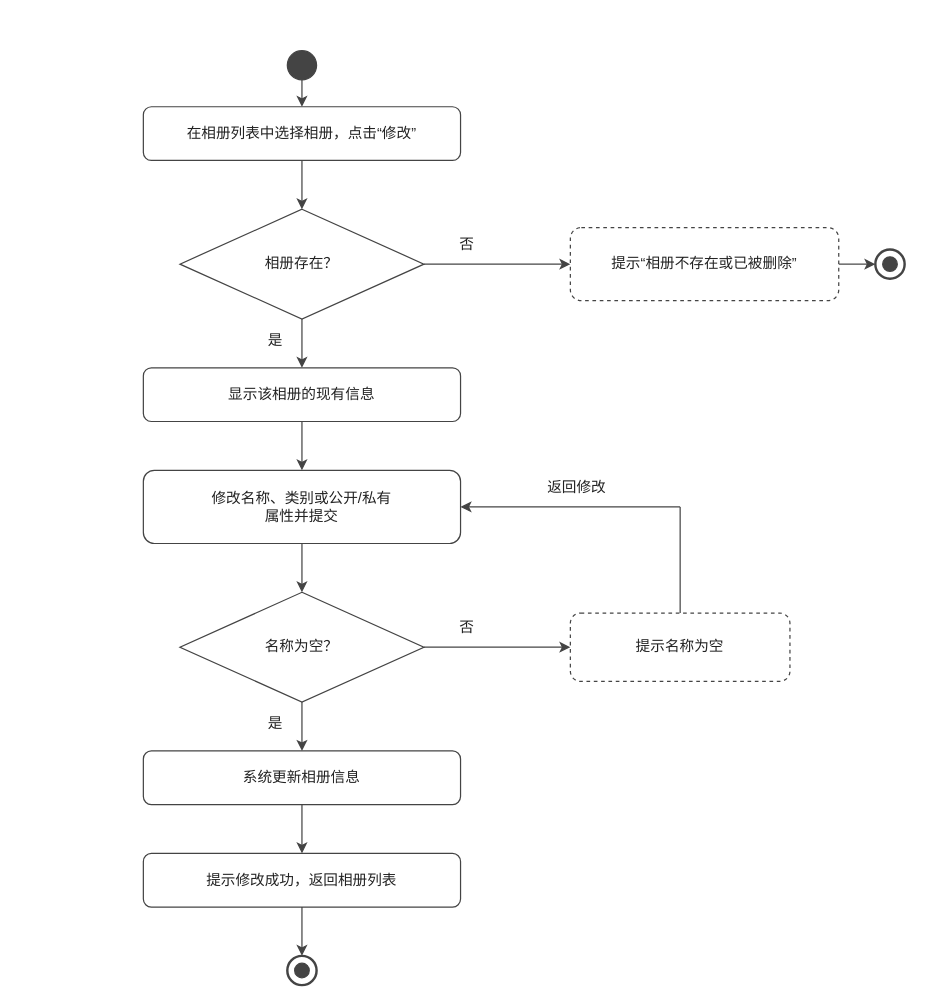
chennuo1101/electronic-photo-album-system1 keeps this draw.io diagram as docs/交付/2-相册管理-刘硕/images/修改相册_活动图.drawio. Above is the earlier version. Source tidied: cells renumbered, new cells numbered last; positions are measured from the earlier drawing's top-left corner, leaving out a move shared by most shapes. Both pictures are drawn from the tidied source at 122%, with x=0, y=0 at pixel (143, 50).
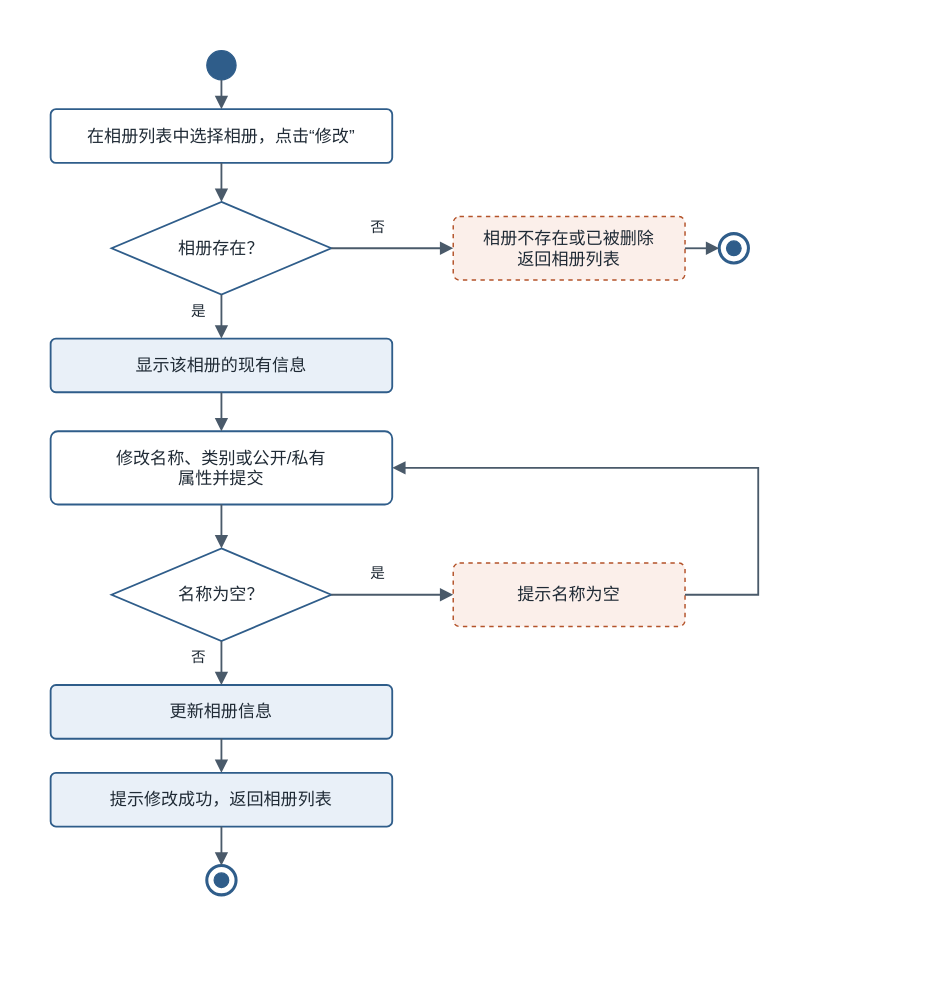
Above is the later version.

Diff of the diagram source:
```diff
@@
+    <mxCell id="34" style="rounded=0;whiteSpace=wrap;html=1;fillColor=#FFFFFF;strokeColor=none;" parent="1" vertex="1">
+      <mxGeometry x="-100" y="-24" width="636" height="740" as="geometry" />
+    </mxCell>
-    <mxCell id="2" style="ellipse;html=1;fillColor=#444444;strokeColor=#444444;" parent="1" vertex="1">
-      <mxGeometry x="118" width="24" height="24" as="geometry" />
+    <mxCell id="2" style="ellipse;html=1;fillColor=#2F5D8A;strokeColor=#2F5D8A;" parent="1" vertex="1">
+      <mxGeometry x="52" width="24" height="24" as="geometry" />
     </mxCell>
-    <mxCell id="3" value="在相册列表中选择相册，点击“修改”" style="rounded=1;whiteSpace=wrap;html=1;fillColor=#FFFFFF;strokeColor=#444444;fontFamily=Microsoft YaHei;fontSize=12;fontColor=#222222;" parent="1" vertex="1">
-      <mxGeometry y="46" width="260" height="44" as="geometry" />
+    <mxCell id="3" value="在相册列表中选择相册，点击“修改”" style="rounded=1;arcSize=10;whiteSpace=wrap;html=1;fillColor=#FFFFFF;strokeColor=#2F5D8A;strokeWidth=1.5;fontFamily=Microsoft YaHei;fontSize=14;fontColor=#1F2A35;" parent="1" vertex="1">
+      <mxGeometry x="-76" y="48" width="280" height="44" as="geometry" />
     </mxCell>
-    <mxCell id="4" value="相册存在？" style="rhombus;whiteSpace=wrap;html=1;fillColor=#FFFFFF;strokeColor=#444444;fontFamily=Microsoft YaHei;fontSize=12;fontColor=#222222;" parent="1" vertex="1">
-      <mxGeometry x="30" y="130" width="200" height="90" as="geometry" />
+    <mxCell id="4" value="相册存在？" style="rhombus;whiteSpace=wrap;html=1;fillColor=#FFFFFF;strokeColor=#2F5D8A;strokeWidth=1.5;fontFamily=Microsoft YaHei;fontSize=14;fontColor=#1F2A35;" parent="1" vertex="1">
+      <mxGeometry x="-26" y="124" width="180" height="76" as="geometry" />
     </mxCell>
-    <mxCell id="5" value="提示“相册不存在或已被删除”" style="rounded=1;whiteSpace=wrap;html=1;fillColor=none;strokeColor=#444444;dashed=1;fontFamily=Microsoft YaHei;fontSize=12;fontColor=#222222;" parent="1" vertex="1">
-      <mxGeometry x="350" y="145" width="220" height="60" as="geometry" />
-    </mxCell>
-    <mxCell id="6" style="ellipse;html=1;fillColor=#FFFFFF;strokeColor=#444444;strokeWidth=2;" parent="1" vertex="1">
-      <mxGeometry x="600" y="163" width="24" height="24" as="geometry" />
-    </mxCell>
-    <mxCell id="7" style="ellipse;html=1;fillColor=#444444;strokeColor=#444444;" parent="1" vertex="1">
-      <mxGeometry x="606" y="169" width="12" height="12" as="geometry" />
-    </mxCell>
+    <mxCell id="35" value="相册不存在或已被删除&#10;返回相册列表" style="rounded=1;arcSize=10;whiteSpace=wrap;html=1;fillColor=#FBEFEA;strokeColor=#B4532A;strokeWidth=1.2;dashed=1;fontFamily=Microsoft YaHei;fontSize=14;fontColor=#1F2A35;" parent="1" vertex="1">
+      <mxGeometry x="254" y="136" width="190" height="52" as="geometry" />
+    </mxCell>
+    <mxCell id="36" style="html=1;rounded=0;strokeColor=#4A5A6A;strokeWidth=1.5;startArrow=none;endArrow=block;endFill=1;endSize=7;jumpStyle=arc;jumpSize=6;" parent="1" edge="1">
+      <mxGeometry relative="1" as="geometry">
+        <mxPoint x="154" y="162" as="sourcePoint" />
+        <mxPoint x="254" y="162" as="targetPoint" />
+      </mxGeometry>
+    </mxCell>
+    <mxCell id="37" value="否" style="text;html=1;align=center;verticalAlign=middle;fillColor=#FFFFFF;strokeColor=none;fontFamily=Microsoft YaHei;fontSize=12;fontColor=#1F2A35;" parent="1" vertex="1">
+      <mxGeometry x="180" y="136" width="24" height="18" as="geometry" />
+    </mxCell>
+    <mxCell id="38" style="ellipse;html=1;fillColor=#FFFFFF;strokeColor=#2F5D8A;strokeWidth=2.5;" parent="1" vertex="1">
+      <mxGeometry x="472" y="150" width="24" height="24" as="geometry" />
+    </mxCell>
+    <mxCell id="39" style="ellipse;html=1;fillColor=#2F5D8A;strokeColor=#2F5D8A;" parent="1" vertex="1">
+      <mxGeometry x="478" y="156" width="12" height="12" as="geometry" />
+    </mxCell>
+    <mxCell id="40" style="html=1;rounded=0;strokeColor=#4A5A6A;strokeWidth=1.5;startArrow=none;endArrow=block;endFill=1;endSize=7;jumpStyle=arc;jumpSize=6;" parent="1" edge="1">
+      <mxGeometry relative="1" as="geometry">
+        <mxPoint x="444" y="162" as="sourcePoint" />
+        <mxPoint x="472" y="162" as="targetPoint" />
+      </mxGeometry>
+    </mxCell>
-    <mxCell id="8" value="显示该相册的现有信息" style="rounded=1;whiteSpace=wrap;html=1;fillColor=#FFFFFF;strokeColor=#444444;fontFamily=Microsoft YaHei;fontSize=12;fontColor=#222222;" parent="1" vertex="1">
-      <mxGeometry y="260" width="260" height="44" as="geometry" />
+    <mxCell id="8" value="显示该相册的现有信息" style="rounded=1;arcSize=10;whiteSpace=wrap;html=1;fillColor=#E9F0F8;strokeColor=#2F5D8A;strokeWidth=1.5;fontFamily=Microsoft YaHei;fontSize=14;fontColor=#1F2A35;" parent="1" vertex="1">
+      <mxGeometry x="-76" y="236" width="280" height="44" as="geometry" />
     </mxCell>
-    <mxCell id="9" value="修改名称、类别或公开/私有&#10;属性并提交" style="rounded=1;whiteSpace=wrap;html=1;fillColor=#FFFFFF;strokeColor=#444444;fontFamily=Microsoft YaHei;fontSize=12;fontColor=#222222;" parent="1" vertex="1">
-      <mxGeometry y="344" width="260" height="60" as="geometry" />
+    <mxCell id="9" value="修改名称、类别或公开/私有&#10;属性并提交" style="rounded=1;arcSize=10;whiteSpace=wrap;html=1;fillColor=#FFFFFF;strokeColor=#2F5D8A;strokeWidth=1.5;fontFamily=Microsoft YaHei;fontSize=14;fontColor=#1F2A35;" parent="1" vertex="1">
+      <mxGeometry x="-76" y="312" width="280" height="60" as="geometry" />
     </mxCell>
-    <mxCell id="10" value="名称为空？" style="rhombus;whiteSpace=wrap;html=1;fillColor=#FFFFFF;strokeColor=#444444;fontFamily=Microsoft YaHei;fontSize=12;fontColor=#222222;" parent="1" vertex="1">
-      <mxGeometry x="30" y="444" width="200" height="90" as="geometry" />
+    <mxCell id="10" value="名称为空？" style="rhombus;whiteSpace=wrap;html=1;fillColor=#FFFFFF;strokeColor=#2F5D8A;strokeWidth=1.5;fontFamily=Microsoft YaHei;fontSize=14;fontColor=#1F2A35;" parent="1" vertex="1">
+      <mxGeometry x="-26" y="408" width="180" height="76" as="geometry" />
     </mxCell>
-    <mxCell id="11" value="提示名称为空" style="rounded=1;whiteSpace=wrap;html=1;fillColor=none;strokeColor=#444444;dashed=1;fontFamily=Microsoft YaHei;fontSize=12;fontColor=#222222;" parent="1" vertex="1">
-      <mxGeometry x="350" y="461" width="180" height="56" as="geometry" />
-    </mxCell>
-    <mxCell id="12" value="系统更新相册信息" style="rounded=1;whiteSpace=wrap;html=1;fillColor=#FFFFFF;strokeColor=#444444;fontFamily=Microsoft YaHei;fontSize=12;fontColor=#222222;" parent="1" vertex="1">
-      <mxGeometry y="574" width="260" height="44" as="geometry" />
+    <mxCell id="12" value="更新相册信息" style="rounded=1;arcSize=10;whiteSpace=wrap;html=1;fillColor=#E9F0F8;strokeColor=#2F5D8A;strokeWidth=1.5;fontFamily=Microsoft YaHei;fontSize=14;fontColor=#1F2A35;" parent="1" vertex="1">
+      <mxGeometry x="-76" y="520" width="280" height="44" as="geometry" />
     </mxCell>
-    <mxCell id="13" value="提示修改成功，返回相册列表" style="rounded=1;whiteSpace=wrap;html=1;fillColor=#FFFFFF;strokeColor=#444444;fontFamily=Microsoft YaHei;fontSize=12;fontColor=#222222;" parent="1" vertex="1">
-      <mxGeometry y="658" width="260" height="44" as="geometry" />
+    <mxCell id="13" value="提示修改成功，返回相册列表" style="rounded=1;arcSize=10;whiteSpace=wrap;html=1;fillColor=#E9F0F8;strokeColor=#2F5D8A;strokeWidth=1.5;fontFamily=Microsoft YaHei;fontSize=14;fontColor=#1F2A35;" parent="1" vertex="1">
+      <mxGeometry x="-76" y="592" width="280" height="44" as="geometry" />
     </mxCell>
-    <mxCell id="14" style="ellipse;html=1;fillColor=#FFFFFF;strokeColor=#444444;strokeWidth=2;" parent="1" vertex="1">
-      <mxGeometry x="118" y="742" width="24" height="24" as="geometry" />
+    <mxCell id="14" style="ellipse;html=1;fillColor=#FFFFFF;strokeColor=#2F5D8A;strokeWidth=2.5;" parent="1" vertex="1">
+      <mxGeometry x="52" y="668" width="24" height="24" as="geometry" />
     </mxCell>
-    <mxCell id="15" style="ellipse;html=1;fillColor=#444444;strokeColor=#444444;" parent="1" vertex="1">
-      <mxGeometry x="124" y="748" width="12" height="12" as="geometry" />
-    </mxCell>
-    <mxCell id="16" style="html=1;rounded=0;strokeColor=#444444;strokeWidth=1;" parent="1" edge="1">
-      <mxGeometry relative="1" as="geometry">
-        <mxPoint x="130" y="24" as="sourcePoint" />
-        <mxPoint x="130" y="46" as="targetPoint" />
-      </mxGeometry>
-    </mxCell>
-    <mxCell id="17" style="html=1;rounded=0;strokeColor=#444444;strokeWidth=1;" parent="1" edge="1">
-      <mxGeometry relative="1" as="geometry">
-        <mxPoint x="130" y="90" as="sourcePoint" />
-        <mxPoint x="130" y="130" as="targetPoint" />
-      </mxGeometry>
-    </mxCell>
-    <mxCell id="18" style="html=1;rounded=0;strokeColor=#444444;strokeWidth=1;" parent="1" edge="1">
-      <mxGeometry relative="1" as="geometry">
-        <mxPoint x="130" y="220" as="sourcePoint" />
-        <mxPoint x="130" y="260" as="targetPoint" />
-      </mxGeometry>
-    </mxCell>
-    <mxCell id="19" style="html=1;rounded=0;strokeColor=#444444;strokeWidth=1;" parent="1" edge="1">
-      <mxGeometry relative="1" as="geometry">
-        <mxPoint x="130" y="304" as="sourcePoint" />
-        <mxPoint x="130" y="344" as="targetPoint" />
-      </mxGeometry>
-    </mxCell>
-    <mxCell id="20" style="html=1;rounded=0;strokeColor=#444444;strokeWidth=1;" parent="1" edge="1">
-      <mxGeometry relative="1" as="geometry">
-        <mxPoint x="130" y="404" as="sourcePoint" />
-        <mxPoint x="130" y="444" as="targetPoint" />
-      </mxGeometry>
-    </mxCell>
-    <mxCell id="21" style="html=1;rounded=0;strokeColor=#444444;strokeWidth=1;" parent="1" edge="1">
-      <mxGeometry relative="1" as="geometry">
-        <mxPoint x="130" y="534" as="sourcePoint" />
-        <mxPoint x="130" y="574" as="targetPoint" />
-      </mxGeometry>
-    </mxCell>
-    <mxCell id="22" style="html=1;rounded=0;strokeColor=#444444;strokeWidth=1;" parent="1" edge="1">
-      <mxGeometry relative="1" as="geometry">
-        <mxPoint x="130" y="618" as="sourcePoint" />
-        <mxPoint x="130" y="658" as="targetPoint" />
-      </mxGeometry>
-    </mxCell>
-    <mxCell id="23" style="html=1;rounded=0;strokeColor=#444444;strokeWidth=1;" parent="1" edge="1">
-      <mxGeometry relative="1" as="geometry">
-        <mxPoint x="130" y="702" as="sourcePoint" />
-        <mxPoint x="130" y="742" as="targetPoint" />
-      </mxGeometry>
-    </mxCell>
-    <mxCell id="24" style="html=1;rounded=0;strokeColor=#444444;strokeWidth=1;" parent="1" edge="1">
-      <mxGeometry relative="1" as="geometry">
-        <mxPoint x="230" y="175" as="sourcePoint" />
-        <mxPoint x="350" y="175" as="targetPoint" />
-      </mxGeometry>
-    </mxCell>
-    <mxCell id="25" style="html=1;rounded=0;strokeColor=#444444;strokeWidth=1;" parent="1" edge="1">
-      <mxGeometry relative="1" as="geometry">
-        <mxPoint x="570" y="175" as="sourcePoint" />
-        <mxPoint x="600" y="175" as="targetPoint" />
-      </mxGeometry>
-    </mxCell>
-    <mxCell id="26" style="html=1;rounded=0;strokeColor=#444444;strokeWidth=1;" parent="1" edge="1">
-      <mxGeometry relative="1" as="geometry">
-        <mxPoint x="230" y="489" as="sourcePoint" />
-        <mxPoint x="350" y="489" as="targetPoint" />
-      </mxGeometry>
-    </mxCell>
-    <mxCell id="27" style="html=1;rounded=0;strokeColor=#444444;strokeWidth=1;startArrow=none;endArrow=none;" parent="1" edge="1">
-      <mxGeometry relative="1" as="geometry">
-        <mxPoint x="440" y="461" as="sourcePoint" />
-        <mxPoint x="440" y="374" as="targetPoint" />
-      </mxGeometry>
-    </mxCell>
-    <mxCell id="28" style="html=1;rounded=0;strokeColor=#444444;strokeWidth=1;" parent="1" edge="1">
-      <mxGeometry relative="1" as="geometry">
-        <mxPoint x="440" y="374" as="sourcePoint" />
-        <mxPoint x="260" y="374" as="targetPoint" />
-      </mxGeometry>
-    </mxCell>
-    <mxCell id="29" value="否" style="text;html=1;align=center;verticalAlign=middle;fillColor=none;strokeColor=none;fontFamily=Microsoft YaHei;fontSize=12;fontColor=#222222;" parent="1" vertex="1">
-      <mxGeometry x="255" y="149" width="20" height="20" as="geometry" />
-    </mxCell>
-    <mxCell id="30" value="是" style="text;html=1;align=center;verticalAlign=middle;fillColor=none;strokeColor=none;fontFamily=Microsoft YaHei;fontSize=12;fontColor=#222222;" parent="1" vertex="1">
-      <mxGeometry x="96" y="228" width="24" height="20" as="geometry" />
-    </mxCell>
-    <mxCell id="31" value="否" style="text;html=1;align=center;verticalAlign=middle;fillColor=none;strokeColor=none;fontFamily=Microsoft YaHei;fontSize=12;fontColor=#222222;" parent="1" vertex="1">
-      <mxGeometry x="255" y="463" width="20" height="20" as="geometry" />
-    </mxCell>
-    <mxCell id="32" value="是" style="text;html=1;align=center;verticalAlign=middle;fillColor=none;strokeColor=none;fontFamily=Microsoft YaHei;fontSize=12;fontColor=#222222;" parent="1" vertex="1">
-      <mxGeometry x="96" y="542" width="24" height="20" as="geometry" />
-    </mxCell>
-    <mxCell id="33" value="返回修改" style="text;html=1;align=center;verticalAlign=middle;fillColor=none;strokeColor=none;fontFamily=Microsoft YaHei;fontSize=12;fontColor=#222222;" parent="1" vertex="1">
-      <mxGeometry x="300" y="348" width="110" height="20" as="geometry" />
-    </mxCell>
+    <mxCell id="41" style="ellipse;html=1;fillColor=#2F5D8A;strokeColor=#2F5D8A;" parent="1" vertex="1">
+      <mxGeometry x="58" y="674" width="12" height="12" as="geometry" />
+    </mxCell>
+    <mxCell id="42" style="html=1;rounded=0;strokeColor=#4A5A6A;strokeWidth=1.5;startArrow=none;endArrow=block;endFill=1;endSize=7;jumpStyle=arc;jumpSize=6;" parent="1" edge="1">
+      <mxGeometry relative="1" as="geometry">
+        <mxPoint x="64" y="24" as="sourcePoint" />
+        <mxPoint x="64" y="48" as="targetPoint" />
+      </mxGeometry>
+    </mxCell>
+    <mxCell id="43" style="html=1;rounded=0;strokeColor=#4A5A6A;strokeWidth=1.5;startArrow=none;endArrow=block;endFill=1;endSize=7;jumpStyle=arc;jumpSize=6;" parent="1" edge="1">
+      <mxGeometry relative="1" as="geometry">
+        <mxPoint x="64" y="92" as="sourcePoint" />
+        <mxPoint x="64" y="124" as="targetPoint" />
+      </mxGeometry>
+    </mxCell>
+    <mxCell id="44" style="html=1;rounded=0;strokeColor=#4A5A6A;strokeWidth=1.5;startArrow=none;endArrow=block;endFill=1;endSize=7;jumpStyle=arc;jumpSize=6;" parent="1" edge="1">
+      <mxGeometry relative="1" as="geometry">
+        <mxPoint x="64" y="200" as="sourcePoint" />
+        <mxPoint x="64" y="236" as="targetPoint" />
+      </mxGeometry>
+    </mxCell>
+    <mxCell id="45" value="是" style="text;html=1;align=center;verticalAlign=middle;fillColor=#FFFFFF;strokeColor=none;fontFamily=Microsoft YaHei;fontSize=12;fontColor=#1F2A35;" parent="1" vertex="1">
+      <mxGeometry x="34" y="205" width="22" height="18" as="geometry" />
+    </mxCell>
+    <mxCell id="46" style="html=1;rounded=0;strokeColor=#4A5A6A;strokeWidth=1.5;startArrow=none;endArrow=block;endFill=1;endSize=7;jumpStyle=arc;jumpSize=6;" parent="1" edge="1">
+      <mxGeometry relative="1" as="geometry">
+        <mxPoint x="64" y="280" as="sourcePoint" />
+        <mxPoint x="64" y="312" as="targetPoint" />
+      </mxGeometry>
+    </mxCell>
+    <mxCell id="47" style="html=1;rounded=0;strokeColor=#4A5A6A;strokeWidth=1.5;startArrow=none;endArrow=block;endFill=1;endSize=7;jumpStyle=arc;jumpSize=6;" parent="1" edge="1">
+      <mxGeometry relative="1" as="geometry">
+        <mxPoint x="64" y="372" as="sourcePoint" />
+        <mxPoint x="64" y="408" as="targetPoint" />
+      </mxGeometry>
+    </mxCell>
+    <mxCell id="48" style="html=1;rounded=0;strokeColor=#4A5A6A;strokeWidth=1.5;startArrow=none;endArrow=block;endFill=1;endSize=7;jumpStyle=arc;jumpSize=6;" parent="1" edge="1">
+      <mxGeometry relative="1" as="geometry">
+        <mxPoint x="64" y="484" as="sourcePoint" />
+        <mxPoint x="64" y="520" as="targetPoint" />
+      </mxGeometry>
+    </mxCell>
+    <mxCell id="49" value="否" style="text;html=1;align=center;verticalAlign=middle;fillColor=#FFFFFF;strokeColor=none;fontFamily=Microsoft YaHei;fontSize=12;fontColor=#1F2A35;" parent="1" vertex="1">
+      <mxGeometry x="34" y="489" width="22" height="18" as="geometry" />
+    </mxCell>
+    <mxCell id="50" style="html=1;rounded=0;strokeColor=#4A5A6A;strokeWidth=1.5;startArrow=none;endArrow=block;endFill=1;endSize=7;jumpStyle=arc;jumpSize=6;" parent="1" edge="1">
+      <mxGeometry relative="1" as="geometry">
+        <mxPoint x="64" y="564" as="sourcePoint" />
+        <mxPoint x="64" y="592" as="targetPoint" />
+      </mxGeometry>
+    </mxCell>
+    <mxCell id="51" style="html=1;rounded=0;strokeColor=#4A5A6A;strokeWidth=1.5;startArrow=none;endArrow=block;endFill=1;endSize=7;jumpStyle=arc;jumpSize=6;" parent="1" edge="1">
+      <mxGeometry relative="1" as="geometry">
+        <mxPoint x="64" y="636" as="sourcePoint" />
+        <mxPoint x="64" y="668" as="targetPoint" />
+      </mxGeometry>
+    </mxCell>
+    <mxCell id="11" value="提示名称为空" style="rounded=1;arcSize=10;whiteSpace=wrap;html=1;fillColor=#FBEFEA;strokeColor=#B4532A;strokeWidth=1.2;dashed=1;fontFamily=Microsoft YaHei;fontSize=14;fontColor=#1F2A35;" parent="1" vertex="1">
+      <mxGeometry x="254" y="420" width="190" height="52" as="geometry" />
+    </mxCell>
+    <mxCell id="52" style="html=1;rounded=0;strokeColor=#4A5A6A;strokeWidth=1.5;startArrow=none;endArrow=block;endFill=1;endSize=7;jumpStyle=arc;jumpSize=6;" parent="1" edge="1">
+      <mxGeometry relative="1" as="geometry">
+        <mxPoint x="154" y="446" as="sourcePoint" />
+        <mxPoint x="254" y="446" as="targetPoint" />
+      </mxGeometry>
+    </mxCell>
+    <mxCell id="53" value="是" style="text;html=1;align=center;verticalAlign=middle;fillColor=#FFFFFF;strokeColor=none;fontFamily=Microsoft YaHei;fontSize=12;fontColor=#1F2A35;" parent="1" vertex="1">
+      <mxGeometry x="180" y="420" width="24" height="18" as="geometry" />
+    </mxCell>
+    <mxCell id="54" style="html=1;rounded=0;strokeColor=#4A5A6A;strokeWidth=1.5;startArrow=none;endArrow=block;endFill=1;endSize=7;jumpStyle=arc;jumpSize=6;" parent="1" edge="1">
+      <mxGeometry relative="1" as="geometry">
+        <mxPoint x="444" y="446" as="sourcePoint" />
+        <mxPoint x="204" y="342" as="targetPoint" />
+        <Array as="points">
+          <mxPoint x="504" y="446" />
+          <mxPoint x="504" y="342" />
+        </Array>
+      </mxGeometry>
+    </mxCell>
```
